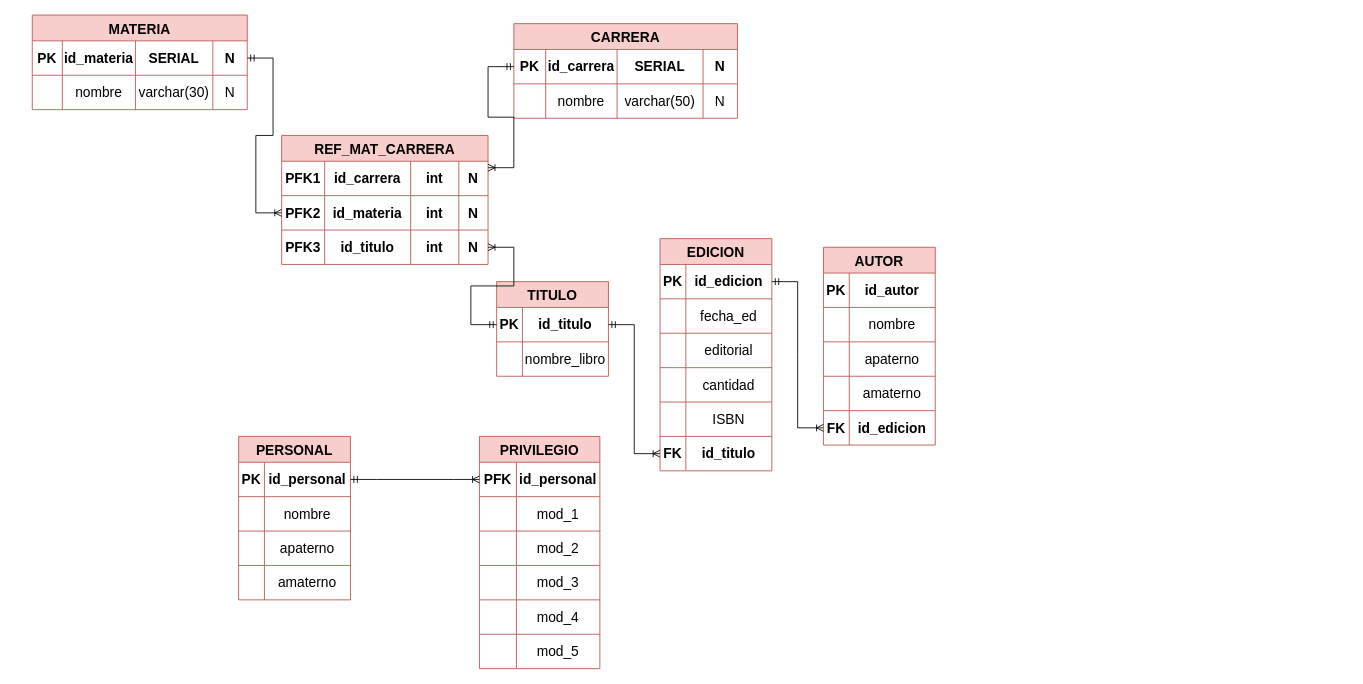
misiomishi/itcj keeps this draw.io diagram as Modelo Fisico Proyecto TBD.drawio. Above is the earlier version. Source tidied: cells renumbered, new cells numbered last; positions are measured from the earlier drawing's top-left corner, leaving out a move shared by most shapes. Both pictures are drawn from the tidied source at 86%, with x=0, y=0 at pixel (32, 15).
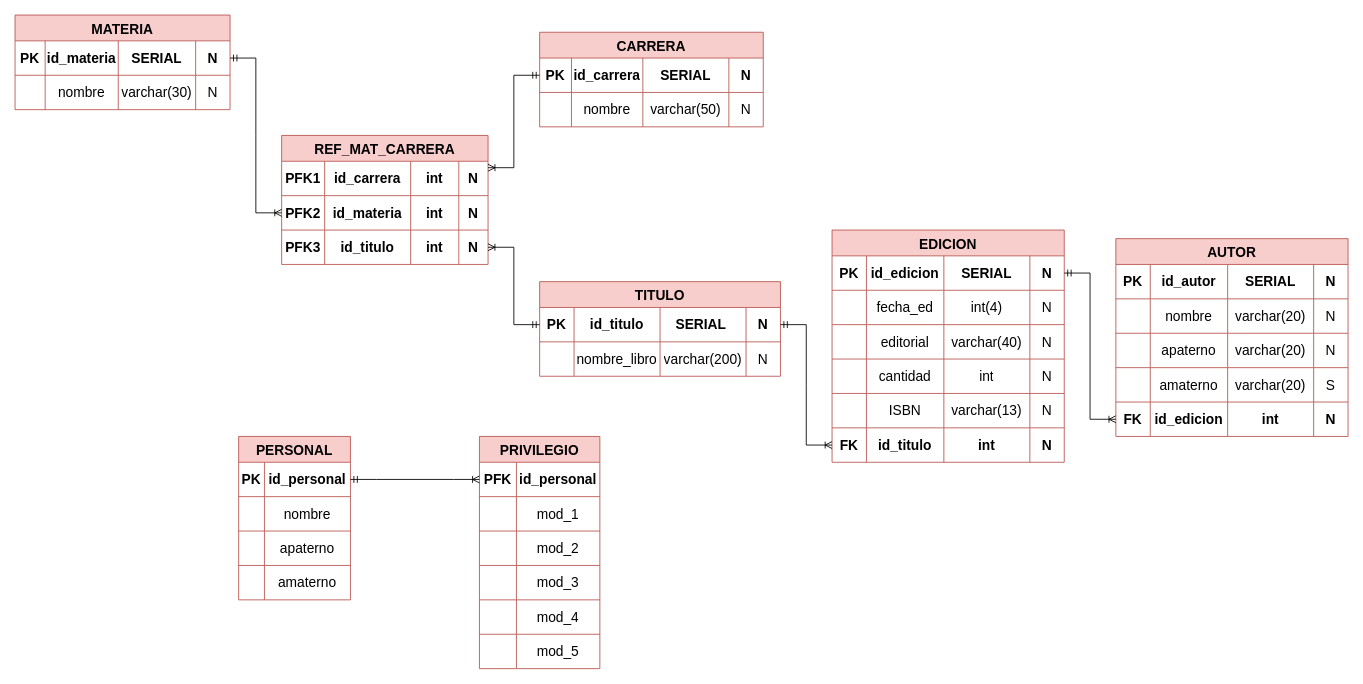
Above is the later version.

The edit, as a diff of the source:
```diff
@@
     <mxCell id="2" value="MATERIA" style="shape=table;startSize=30;childLayout=tableLayout;strokeColor=#b85450;fontSize=16;fillColor=#f8cecc;fontStyle=1;" parent="1" vertex="1">
-      <mxGeometry width="250" height="110" as="geometry" />
+      <mxGeometry x="-20" width="250" height="110" as="geometry" />
     </mxCell>
@@
     <mxCell id="13" value="CARRERA" style="shape=table;startSize=30;childLayout=tableLayout;strokeColor=#b85450;fontSize=16;fillColor=#f8cecc;fontStyle=1;" parent="1" vertex="1">
-      <mxGeometry x="560" y="10" width="260" height="110" as="geometry" />
+      <mxGeometry x="590" y="20" width="260" height="110" as="geometry" />
     </mxCell>
@@
     <mxCell id="24" value="TITULO" style="shape=table;startSize=30;childLayout=tableLayout;strokeColor=#b85450;fontSize=16;fillColor=#f8cecc;fontStyle=1;" parent="1" vertex="1">
-      <mxGeometry x="540" y="310" width="130" height="110" as="geometry" />
+      <mxGeometry x="590" y="310" width="280" height="110" as="geometry" />
     </mxCell>
     <mxCell id="25" style="shape=tableRow;horizontal=0;startSize=0;swimlaneHead=0;swimlaneBody=0;strokeColor=inherit;top=0;left=0;bottom=0;right=0;fillColor=none;points=[[0,0.5],[1,0.5]];portConstraint=eastwest;fontSize=16;" parent="24" vertex="1">
-      <mxGeometry y="30" width="130" height="40" as="geometry" />
+      <mxGeometry y="30" width="280" height="40" as="geometry" />
     </mxCell>
     <mxCell id="26" value="PK" style="shape=partialRectangle;html=1;whiteSpace=wrap;strokeColor=inherit;overflow=hidden;fillColor=none;top=0;left=0;bottom=0;right=0;fontSize=16;fontStyle=1;" parent="25" vertex="1">
-      <mxGeometry width="30" height="40" as="geometry" />
+      <mxGeometry width="40" height="40" as="geometry" />
     </mxCell>
     <mxCell id="27" value="id_titulo" style="shape=partialRectangle;html=1;whiteSpace=wrap;strokeColor=inherit;overflow=hidden;fillColor=none;top=0;left=0;bottom=0;right=0;fontSize=16;fontStyle=1;" parent="25" vertex="1">
-      <mxGeometry x="30" width="100" height="40" as="geometry" />
+      <mxGeometry x="40" width="100" height="40" as="geometry" />
     </mxCell>
+    <mxCell id="120" value="SERIAL&amp;nbsp;" style="shape=partialRectangle;html=1;whiteSpace=wrap;strokeColor=inherit;overflow=hidden;fillColor=none;top=0;left=0;bottom=0;right=0;fontSize=16;fontStyle=1;" parent="25" vertex="1">
+      <mxGeometry x="140" width="100" height="40" as="geometry" />
+    </mxCell>
+    <mxCell id="121" value="N" style="shape=partialRectangle;html=1;whiteSpace=wrap;strokeColor=inherit;overflow=hidden;fillColor=none;top=0;left=0;bottom=0;right=0;fontSize=16;fontStyle=1;" parent="25" vertex="1">
+      <mxGeometry x="240" width="40" height="40" as="geometry" />
+    </mxCell>
     <mxCell id="28" style="shape=tableRow;horizontal=0;startSize=0;swimlaneHead=0;swimlaneBody=0;strokeColor=inherit;top=0;left=0;bottom=0;right=0;fillColor=none;fontSize=16;" parent="24" vertex="1">
-      <mxGeometry y="70" width="130" height="40" as="geometry" />
+      <mxGeometry y="70" width="280" height="40" as="geometry" />
     </mxCell>
     <mxCell id="29" style="shape=partialRectangle;html=1;whiteSpace=wrap;strokeColor=inherit;overflow=hidden;fillColor=none;top=0;left=0;bottom=0;right=0;fontSize=16;" parent="28" vertex="1">
-      <mxGeometry width="30" height="40" as="geometry" />
+      <mxGeometry width="40" height="40" as="geometry" />
     </mxCell>
     <mxCell id="30" value="nombre_libro" style="shape=partialRectangle;html=1;whiteSpace=wrap;strokeColor=inherit;overflow=hidden;fillColor=none;top=0;left=0;bottom=0;right=0;fontSize=16;" parent="28" vertex="1">
-      <mxGeometry x="30" width="100" height="40" as="geometry" />
+      <mxGeometry x="40" width="100" height="40" as="geometry" />
     </mxCell>
+    <mxCell id="122" value="varchar(200)" style="shape=partialRectangle;html=1;whiteSpace=wrap;strokeColor=inherit;overflow=hidden;fillColor=none;top=0;left=0;bottom=0;right=0;fontSize=16;" parent="28" vertex="1">
+      <mxGeometry x="140" width="100" height="40" as="geometry" />
+    </mxCell>
+    <mxCell id="123" value="N" style="shape=partialRectangle;html=1;whiteSpace=wrap;strokeColor=inherit;overflow=hidden;fillColor=none;top=0;left=0;bottom=0;right=0;fontSize=16;" parent="28" vertex="1">
+      <mxGeometry x="240" width="40" height="40" as="geometry" />
+    </mxCell>
@@
     <mxCell id="47" value="EDICION" style="shape=table;startSize=30;childLayout=tableLayout;strokeColor=#b85450;fontSize=16;fillColor=#f8cecc;fontStyle=1;" parent="1" vertex="1">
-      <mxGeometry x="730" y="260" width="130" height="270" as="geometry" />
+      <mxGeometry x="930" y="250" width="270" height="270" as="geometry" />
     </mxCell>
     <mxCell id="48" style="shape=tableRow;horizontal=0;startSize=0;swimlaneHead=0;swimlaneBody=0;strokeColor=inherit;top=0;left=0;bottom=0;right=0;fillColor=none;points=[[0,0.5],[1,0.5]];portConstraint=eastwest;fontSize=16;" parent="47" vertex="1">
-      <mxGeometry y="30" width="130" height="40" as="geometry" />
+      <mxGeometry y="30" width="270" height="40" as="geometry" />
     </mxCell>
     <mxCell id="49" value="PK" style="shape=partialRectangle;html=1;whiteSpace=wrap;strokeColor=inherit;overflow=hidden;fillColor=none;top=0;left=0;bottom=0;right=0;fontSize=16;fontStyle=1;" parent="48" vertex="1">
-      <mxGeometry width="30" height="40" as="geometry" />
+      <mxGeometry width="40" height="40" as="geometry" />
     </mxCell>
     <mxCell id="50" value="id_edicion" style="shape=partialRectangle;html=1;whiteSpace=wrap;strokeColor=inherit;overflow=hidden;fillColor=none;top=0;left=0;bottom=0;right=0;fontSize=16;fontStyle=1;" parent="48" vertex="1">
-      <mxGeometry x="30" width="100" height="40" as="geometry" />
+      <mxGeometry x="40" width="90" height="40" as="geometry" />
     </mxCell>
+    <mxCell id="124" value="SERIAL" style="shape=partialRectangle;html=1;whiteSpace=wrap;strokeColor=inherit;overflow=hidden;fillColor=none;top=0;left=0;bottom=0;right=0;fontSize=16;fontStyle=1;" parent="48" vertex="1">
+      <mxGeometry x="130" width="100" height="40" as="geometry" />
+    </mxCell>
+    <mxCell id="125" value="N" style="shape=partialRectangle;html=1;whiteSpace=wrap;strokeColor=inherit;overflow=hidden;fillColor=none;top=0;left=0;bottom=0;right=0;fontSize=16;fontStyle=1;" parent="48" vertex="1">
+      <mxGeometry x="230" width="40" height="40" as="geometry" />
+    </mxCell>
     <mxCell id="51" style="shape=tableRow;horizontal=0;startSize=0;swimlaneHead=0;swimlaneBody=0;strokeColor=inherit;top=0;left=0;bottom=0;right=0;fillColor=none;fontSize=16;" parent="47" vertex="1">
-      <mxGeometry y="70" width="130" height="40" as="geometry" />
+      <mxGeometry y="70" width="270" height="40" as="geometry" />
     </mxCell>
     <mxCell id="52" style="shape=partialRectangle;html=1;whiteSpace=wrap;strokeColor=inherit;overflow=hidden;fillColor=none;top=0;left=0;bottom=0;right=0;fontSize=16;" parent="51" vertex="1">
-      <mxGeometry width="30" height="40" as="geometry" />
+      <mxGeometry width="40" height="40" as="geometry" />
     </mxCell>
     <mxCell id="53" value="fecha_ed" style="shape=partialRectangle;html=1;whiteSpace=wrap;strokeColor=inherit;overflow=hidden;fillColor=none;top=0;left=0;bottom=0;right=0;fontSize=16;" parent="51" vertex="1">
-      <mxGeometry x="30" width="100" height="40" as="geometry" />
+      <mxGeometry x="40" width="90" height="40" as="geometry" />
     </mxCell>
+    <mxCell id="126" value="int(4)" style="shape=partialRectangle;html=1;whiteSpace=wrap;strokeColor=inherit;overflow=hidden;fillColor=none;top=0;left=0;bottom=0;right=0;fontSize=16;" parent="51" vertex="1">
+      <mxGeometry x="130" width="100" height="40" as="geometry" />
+    </mxCell>
+    <mxCell id="127" value="N" style="shape=partialRectangle;html=1;whiteSpace=wrap;strokeColor=inherit;overflow=hidden;fillColor=none;top=0;left=0;bottom=0;right=0;fontSize=16;" parent="51" vertex="1">
+      <mxGeometry x="230" width="40" height="40" as="geometry" />
+    </mxCell>
     <mxCell id="54" style="shape=tableRow;horizontal=0;startSize=0;swimlaneHead=0;swimlaneBody=0;strokeColor=inherit;top=0;left=0;bottom=0;right=0;fillColor=none;fontSize=16;" parent="47" vertex="1">
-      <mxGeometry y="110" width="130" height="40" as="geometry" />
+      <mxGeometry y="110" width="270" height="40" as="geometry" />
     </mxCell>
     <mxCell id="55" style="shape=partialRectangle;html=1;whiteSpace=wrap;strokeColor=inherit;overflow=hidden;fillColor=none;top=0;left=0;bottom=0;right=0;fontSize=16;" parent="54" vertex="1">
-      <mxGeometry width="30" height="40" as="geometry" />
+      <mxGeometry width="40" height="40" as="geometry" />
     </mxCell>
     <mxCell id="56" value="editorial" style="shape=partialRectangle;html=1;whiteSpace=wrap;strokeColor=inherit;overflow=hidden;fillColor=none;top=0;left=0;bottom=0;right=0;fontSize=16;" parent="54" vertex="1">
-      <mxGeometry x="30" width="100" height="40" as="geometry" />
+      <mxGeometry x="40" width="90" height="40" as="geometry" />
     </mxCell>
+    <mxCell id="128" value="varchar(40)" style="shape=partialRectangle;html=1;whiteSpace=wrap;strokeColor=inherit;overflow=hidden;fillColor=none;top=0;left=0;bottom=0;right=0;fontSize=16;" parent="54" vertex="1">
+      <mxGeometry x="130" width="100" height="40" as="geometry" />
+    </mxCell>
+    <mxCell id="129" value="N" style="shape=partialRectangle;html=1;whiteSpace=wrap;strokeColor=inherit;overflow=hidden;fillColor=none;top=0;left=0;bottom=0;right=0;fontSize=16;" parent="54" vertex="1">
+      <mxGeometry x="230" width="40" height="40" as="geometry" />
+    </mxCell>
     <mxCell id="57" style="shape=tableRow;horizontal=0;startSize=0;swimlaneHead=0;swimlaneBody=0;strokeColor=inherit;top=0;left=0;bottom=0;right=0;fillColor=none;fontSize=16;" parent="47" vertex="1">
-      <mxGeometry y="150" width="130" height="40" as="geometry" />
+      <mxGeometry y="150" width="270" height="40" as="geometry" />
     </mxCell>
     <mxCell id="58" style="shape=partialRectangle;html=1;whiteSpace=wrap;strokeColor=inherit;overflow=hidden;fillColor=none;top=0;left=0;bottom=0;right=0;fontSize=16;" parent="57" vertex="1">
-      <mxGeometry width="30" height="40" as="geometry" />
+      <mxGeometry width="40" height="40" as="geometry" />
     </mxCell>
     <mxCell id="59" value="cantidad" style="shape=partialRectangle;html=1;whiteSpace=wrap;strokeColor=inherit;overflow=hidden;fillColor=none;top=0;left=0;bottom=0;right=0;fontSize=16;" parent="57" vertex="1">
-      <mxGeometry x="30" width="100" height="40" as="geometry" />
+      <mxGeometry x="40" width="90" height="40" as="geometry" />
     </mxCell>
+    <mxCell id="130" value="int" style="shape=partialRectangle;html=1;whiteSpace=wrap;strokeColor=inherit;overflow=hidden;fillColor=none;top=0;left=0;bottom=0;right=0;fontSize=16;" parent="57" vertex="1">
+      <mxGeometry x="130" width="100" height="40" as="geometry" />
+    </mxCell>
+    <mxCell id="131" value="N" style="shape=partialRectangle;html=1;whiteSpace=wrap;strokeColor=inherit;overflow=hidden;fillColor=none;top=0;left=0;bottom=0;right=0;fontSize=16;" parent="57" vertex="1">
+      <mxGeometry x="230" width="40" height="40" as="geometry" />
+    </mxCell>
     <mxCell id="60" style="shape=tableRow;horizontal=0;startSize=0;swimlaneHead=0;swimlaneBody=0;strokeColor=inherit;top=0;left=0;bottom=0;right=0;fillColor=none;fontSize=16;" parent="47" vertex="1">
-      <mxGeometry y="190" width="130" height="40" as="geometry" />
+      <mxGeometry y="190" width="270" height="40" as="geometry" />
     </mxCell>
     <mxCell id="61" style="shape=partialRectangle;html=1;whiteSpace=wrap;strokeColor=inherit;overflow=hidden;fillColor=none;top=0;left=0;bottom=0;right=0;fontSize=16;" parent="60" vertex="1">
-      <mxGeometry width="30" height="40" as="geometry" />
+      <mxGeometry width="40" height="40" as="geometry" />
     </mxCell>
     <mxCell id="62" value="ISBN" style="shape=partialRectangle;html=1;whiteSpace=wrap;strokeColor=inherit;overflow=hidden;fillColor=none;top=0;left=0;bottom=0;right=0;fontSize=16;" parent="60" vertex="1">
-      <mxGeometry x="30" width="100" height="40" as="geometry" />
+      <mxGeometry x="40" width="90" height="40" as="geometry" />
     </mxCell>
+    <mxCell id="132" value="varchar(13)" style="shape=partialRectangle;html=1;whiteSpace=wrap;strokeColor=inherit;overflow=hidden;fillColor=none;top=0;left=0;bottom=0;right=0;fontSize=16;" parent="60" vertex="1">
+      <mxGeometry x="130" width="100" height="40" as="geometry" />
+    </mxCell>
+    <mxCell id="133" value="N" style="shape=partialRectangle;html=1;whiteSpace=wrap;strokeColor=inherit;overflow=hidden;fillColor=none;top=0;left=0;bottom=0;right=0;fontSize=16;" parent="60" vertex="1">
+      <mxGeometry x="230" width="40" height="40" as="geometry" />
+    </mxCell>
     <mxCell id="63" style="shape=tableRow;horizontal=0;startSize=0;swimlaneHead=0;swimlaneBody=0;strokeColor=inherit;top=0;left=0;bottom=0;right=0;fillColor=none;points=[[0,0.5],[1,0.5]];portConstraint=eastwest;fontSize=16;" parent="47" vertex="1">
-      <mxGeometry y="230" width="130" height="40" as="geometry" />
+      <mxGeometry y="230" width="270" height="40" as="geometry" />
     </mxCell>
     <mxCell id="64" value="FK" style="shape=partialRectangle;html=1;whiteSpace=wrap;strokeColor=inherit;overflow=hidden;fillColor=none;top=0;left=0;bottom=0;right=0;fontSize=16;fontStyle=1;" parent="63" vertex="1">
-      <mxGeometry width="30" height="40" as="geometry" />
+      <mxGeometry width="40" height="40" as="geometry" />
     </mxCell>
     <mxCell id="65" value="id_titulo" style="shape=partialRectangle;html=1;whiteSpace=wrap;strokeColor=inherit;overflow=hidden;fillColor=none;top=0;left=0;bottom=0;right=0;fontSize=16;fontStyle=1;" parent="63" vertex="1">
-      <mxGeometry x="30" width="100" height="40" as="geometry" />
+      <mxGeometry x="40" width="90" height="40" as="geometry" />
     </mxCell>
+    <mxCell id="134" value="int" style="shape=partialRectangle;html=1;whiteSpace=wrap;strokeColor=inherit;overflow=hidden;fillColor=none;top=0;left=0;bottom=0;right=0;fontSize=16;fontStyle=1;" parent="63" vertex="1">
+      <mxGeometry x="130" width="100" height="40" as="geometry" />
+    </mxCell>
+    <mxCell id="135" value="N" style="shape=partialRectangle;html=1;whiteSpace=wrap;strokeColor=inherit;overflow=hidden;fillColor=none;top=0;left=0;bottom=0;right=0;fontSize=16;fontStyle=1;" parent="63" vertex="1">
+      <mxGeometry x="230" width="40" height="40" as="geometry" />
+    </mxCell>
     <mxCell id="66" value="AUTOR" style="shape=table;startSize=30;childLayout=tableLayout;strokeColor=#b85450;fontSize=16;fillColor=#f8cecc;fontStyle=1;" parent="1" vertex="1">
-      <mxGeometry x="920" y="270" width="130" height="230" as="geometry" />
+      <mxGeometry x="1260" y="260" width="270" height="230" as="geometry" />
     </mxCell>
     <mxCell id="67" style="shape=tableRow;horizontal=0;startSize=0;swimlaneHead=0;swimlaneBody=0;strokeColor=inherit;top=0;left=0;bottom=0;right=0;fillColor=none;fontSize=16;" parent="66" vertex="1">
-      <mxGeometry y="30" width="130" height="40" as="geometry" />
+      <mxGeometry y="30" width="270" height="40" as="geometry" />
     </mxCell>
     <mxCell id="68" value="PK" style="shape=partialRectangle;html=1;whiteSpace=wrap;strokeColor=inherit;overflow=hidden;fillColor=none;top=0;left=0;bottom=0;right=0;fontSize=16;fontStyle=1;" parent="67" vertex="1">
-      <mxGeometry width="30" height="40" as="geometry" />
+      <mxGeometry width="40" height="40" as="geometry" />
     </mxCell>
     <mxCell id="69" value="id_autor" style="shape=partialRectangle;html=1;whiteSpace=wrap;strokeColor=inherit;overflow=hidden;fillColor=none;top=0;left=0;bottom=0;right=0;fontSize=16;fontStyle=1;" parent="67" vertex="1">
-      <mxGeometry x="30" width="100" height="40" as="geometry" />
+      <mxGeometry x="40" width="90" height="40" as="geometry" />
     </mxCell>
+    <mxCell id="136" value="SERIAL" style="shape=partialRectangle;html=1;whiteSpace=wrap;strokeColor=inherit;overflow=hidden;fillColor=none;top=0;left=0;bottom=0;right=0;fontSize=16;fontStyle=1;" parent="67" vertex="1">
+      <mxGeometry x="130" width="100" height="40" as="geometry" />
+    </mxCell>
+    <mxCell id="137" value="N" style="shape=partialRectangle;html=1;whiteSpace=wrap;strokeColor=inherit;overflow=hidden;fillColor=none;top=0;left=0;bottom=0;right=0;fontSize=16;fontStyle=1;" parent="67" vertex="1">
+      <mxGeometry x="230" width="40" height="40" as="geometry" />
+    </mxCell>
     <mxCell id="70" style="shape=tableRow;horizontal=0;startSize=0;swimlaneHead=0;swimlaneBody=0;strokeColor=inherit;top=0;left=0;bottom=0;right=0;fillColor=none;fontSize=16;" parent="66" vertex="1">
-      <mxGeometry y="70" width="130" height="40" as="geometry" />
+      <mxGeometry y="70" width="270" height="40" as="geometry" />
     </mxCell>
     <mxCell id="71" style="shape=partialRectangle;html=1;whiteSpace=wrap;strokeColor=inherit;overflow=hidden;fillColor=none;top=0;left=0;bottom=0;right=0;fontSize=16;" parent="70" vertex="1">
-      <mxGeometry width="30" height="40" as="geometry" />
+      <mxGeometry width="40" height="40" as="geometry" />
     </mxCell>
     <mxCell id="72" value="nombre" style="shape=partialRectangle;html=1;whiteSpace=wrap;strokeColor=inherit;overflow=hidden;fillColor=none;top=0;left=0;bottom=0;right=0;fontSize=16;" parent="70" vertex="1">
-      <mxGeometry x="30" width="100" height="40" as="geometry" />
+      <mxGeometry x="40" width="90" height="40" as="geometry" />
     </mxCell>
+    <mxCell id="138" value="varchar(20)" style="shape=partialRectangle;html=1;whiteSpace=wrap;strokeColor=inherit;overflow=hidden;fillColor=none;top=0;left=0;bottom=0;right=0;fontSize=16;" parent="70" vertex="1">
+      <mxGeometry x="130" width="100" height="40" as="geometry" />
+    </mxCell>
+    <mxCell id="139" value="N" style="shape=partialRectangle;html=1;whiteSpace=wrap;strokeColor=inherit;overflow=hidden;fillColor=none;top=0;left=0;bottom=0;right=0;fontSize=16;" parent="70" vertex="1">
+      <mxGeometry x="230" width="40" height="40" as="geometry" />
+    </mxCell>
     <mxCell id="73" style="shape=tableRow;horizontal=0;startSize=0;swimlaneHead=0;swimlaneBody=0;strokeColor=inherit;top=0;left=0;bottom=0;right=0;fillColor=none;fontSize=16;" parent="66" vertex="1">
-      <mxGeometry y="110" width="130" height="40" as="geometry" />
+      <mxGeometry y="110" width="270" height="40" as="geometry" />
     </mxCell>
     <mxCell id="74" style="shape=partialRectangle;html=1;whiteSpace=wrap;strokeColor=inherit;overflow=hidden;fillColor=none;top=0;left=0;bottom=0;right=0;fontSize=16;" parent="73" vertex="1">
-      <mxGeometry width="30" height="40" as="geometry" />
+      <mxGeometry width="40" height="40" as="geometry" />
     </mxCell>
     <mxCell id="75" value="apaterno" style="shape=partialRectangle;html=1;whiteSpace=wrap;strokeColor=inherit;overflow=hidden;fillColor=none;top=0;left=0;bottom=0;right=0;fontSize=16;" parent="73" vertex="1">
-      <mxGeometry x="30" width="100" height="40" as="geometry" />
+      <mxGeometry x="40" width="90" height="40" as="geometry" />
     </mxCell>
+    <mxCell id="140" value="varchar(20)" style="shape=partialRectangle;html=1;whiteSpace=wrap;strokeColor=inherit;overflow=hidden;fillColor=none;top=0;left=0;bottom=0;right=0;fontSize=16;" parent="73" vertex="1">
+      <mxGeometry x="130" width="100" height="40" as="geometry" />
+    </mxCell>
+    <mxCell id="141" value="N" style="shape=partialRectangle;html=1;whiteSpace=wrap;strokeColor=inherit;overflow=hidden;fillColor=none;top=0;left=0;bottom=0;right=0;fontSize=16;" parent="73" vertex="1">
+      <mxGeometry x="230" width="40" height="40" as="geometry" />
+    </mxCell>
     <mxCell id="76" style="shape=tableRow;horizontal=0;startSize=0;swimlaneHead=0;swimlaneBody=0;strokeColor=inherit;top=0;left=0;bottom=0;right=0;fillColor=none;fontSize=16;" parent="66" vertex="1">
-      <mxGeometry y="150" width="130" height="40" as="geometry" />
+      <mxGeometry y="150" width="270" height="40" as="geometry" />
     </mxCell>
     <mxCell id="77" style="shape=partialRectangle;html=1;whiteSpace=wrap;strokeColor=inherit;overflow=hidden;fillColor=none;top=0;left=0;bottom=0;right=0;fontSize=16;" parent="76" vertex="1">
-      <mxGeometry width="30" height="40" as="geometry" />
+      <mxGeometry width="40" height="40" as="geometry" />
     </mxCell>
     <mxCell id="78" value="amaterno" style="shape=partialRectangle;html=1;whiteSpace=wrap;strokeColor=inherit;overflow=hidden;fillColor=none;top=0;left=0;bottom=0;right=0;fontSize=16;" parent="76" vertex="1">
-      <mxGeometry x="30" width="100" height="40" as="geometry" />
+      <mxGeometry x="40" width="90" height="40" as="geometry" />
     </mxCell>
+    <mxCell id="142" value="varchar(20)" style="shape=partialRectangle;html=1;whiteSpace=wrap;strokeColor=inherit;overflow=hidden;fillColor=none;top=0;left=0;bottom=0;right=0;fontSize=16;" parent="76" vertex="1">
+      <mxGeometry x="130" width="100" height="40" as="geometry" />
+    </mxCell>
+    <mxCell id="143" value="S" style="shape=partialRectangle;html=1;whiteSpace=wrap;strokeColor=inherit;overflow=hidden;fillColor=none;top=0;left=0;bottom=0;right=0;fontSize=16;" parent="76" vertex="1">
+      <mxGeometry x="230" width="40" height="40" as="geometry" />
+    </mxCell>
     <mxCell id="79" style="shape=tableRow;horizontal=0;startSize=0;swimlaneHead=0;swimlaneBody=0;strokeColor=inherit;top=0;left=0;bottom=0;right=0;fillColor=none;points=[[0,0.5],[1,0.5]];portConstraint=eastwest;fontSize=16;" parent="66" vertex="1">
-      <mxGeometry y="190" width="130" height="40" as="geometry" />
+      <mxGeometry y="190" width="270" height="40" as="geometry" />
     </mxCell>
     <mxCell id="80" value="FK" style="shape=partialRectangle;html=1;whiteSpace=wrap;strokeColor=inherit;overflow=hidden;fillColor=none;top=0;left=0;bottom=0;right=0;fontSize=16;fontStyle=1;" parent="79" vertex="1">
-      <mxGeometry width="30" height="40" as="geometry" />
+      <mxGeometry width="40" height="40" as="geometry" />
     </mxCell>
     <mxCell id="81" value="id_edicion" style="shape=partialRectangle;html=1;whiteSpace=wrap;strokeColor=inherit;overflow=hidden;fillColor=none;top=0;left=0;bottom=0;right=0;fontSize=16;fontStyle=1;" parent="79" vertex="1">
-      <mxGeometry x="30" width="100" height="40" as="geometry" />
+      <mxGeometry x="40" width="90" height="40" as="geometry" />
     </mxCell>
+    <mxCell id="144" value="int" style="shape=partialRectangle;html=1;whiteSpace=wrap;strokeColor=inherit;overflow=hidden;fillColor=none;top=0;left=0;bottom=0;right=0;fontSize=16;fontStyle=1;" parent="79" vertex="1">
+      <mxGeometry x="130" width="100" height="40" as="geometry" />
+    </mxCell>
+    <mxCell id="145" value="N" style="shape=partialRectangle;html=1;whiteSpace=wrap;strokeColor=inherit;overflow=hidden;fillColor=none;top=0;left=0;bottom=0;right=0;fontSize=16;fontStyle=1;" parent="79" vertex="1">
+      <mxGeometry x="230" width="40" height="40" as="geometry" />
+    </mxCell>
```
